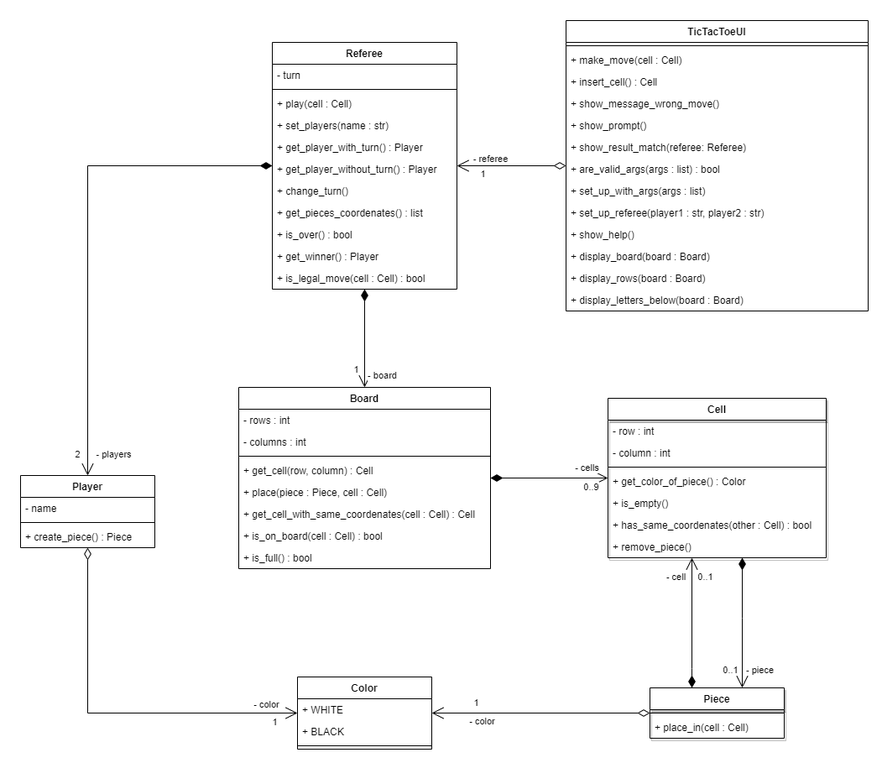
apulps/TicTacToe keeps this draw.io diagram as uml/tictactoe.png. Above is the earlier version. Source tidied: cells renumbered, new cells last; positions are measured from the earlier drawing's top-left corner, leaving out a move shared by most shapes.
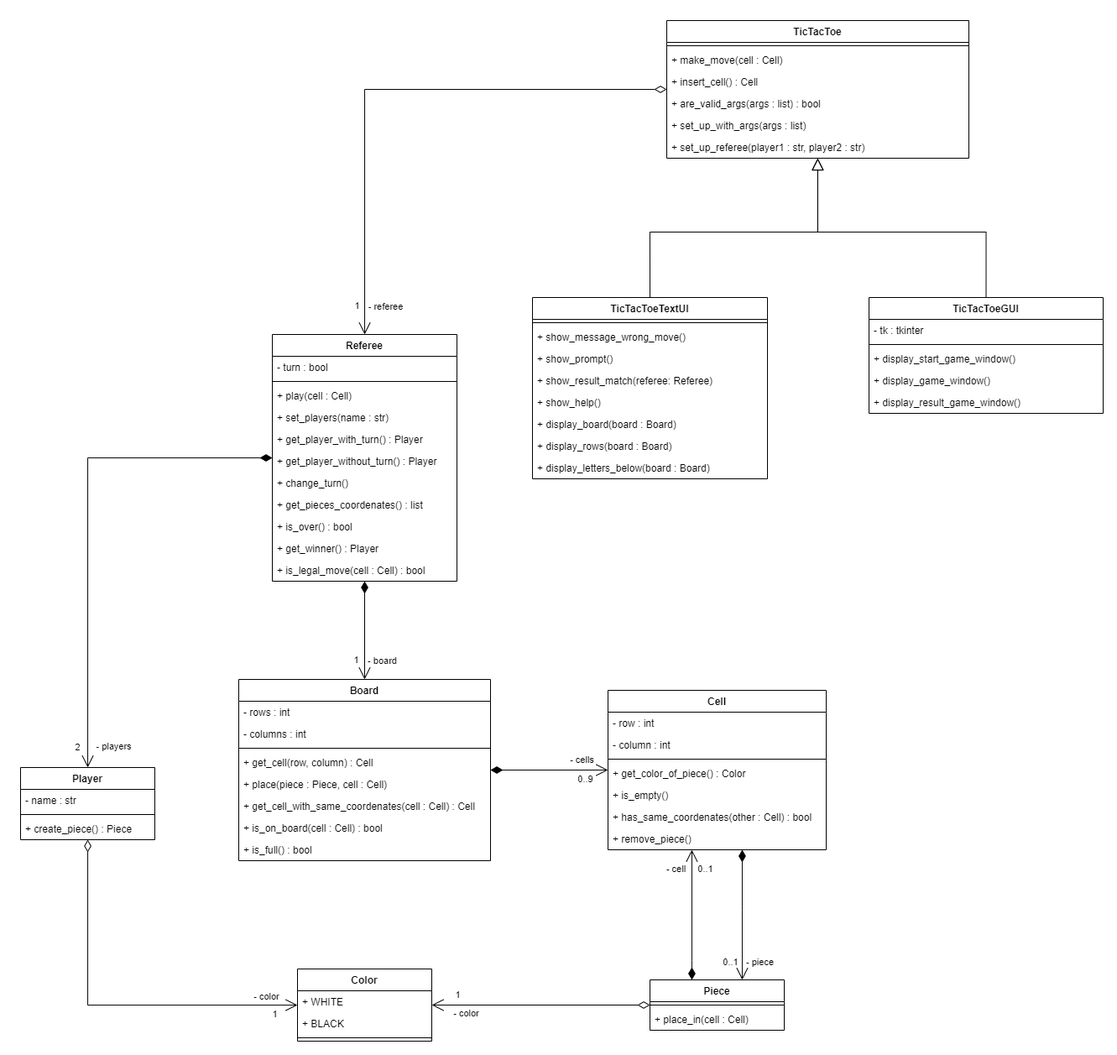
After the change.

Commit message:
Add new design with GUI

What changed in the source:
```diff
@@ -7,12 +7,12 @@
     </mxCell>
     <mxCell id="3" value="1" style="edgeLabel;html=1;align=center;verticalAlign=middle;" parent="2" vertex="1">
       <mxGeometry x="0.68" y="1" relative="1" as="geometry">
-        <mxPoint x="-12" y="-3" as="offset" />
+        <mxPoint x="-12" y="-5" as="offset" />
       </mxGeometry>
     </mxCell>
     <mxCell id="4" value="- board" style="edgeLabel;html=1;align=center;verticalAlign=middle;" parent="2" vertex="1">
       <mxGeometry x="0.31" relative="1" as="geometry">
-        <mxPoint x="20" y="26" as="offset" />
+        <mxPoint x="20" y="17.5" as="offset" />
       </mxGeometry>
     </mxCell>
     <mxCell id="5" style="edgeStyle=orthogonalEdgeStyle;rounded=0;jettySize=auto;html=1;startArrow=diamondThin;startFill=1;startSize=12;endArrow=open;endFill=0;endSize=12;" parent="1" edge="1" source="54" target="27">
@@ -33,12 +33,12 @@
     </mxCell>
     <mxCell id="9" value="0..9" style="edgeLabel;html=1;align=center;verticalAlign=middle;" parent="8" vertex="1">
       <mxGeometry x="0.76" y="-1" relative="1" as="geometry">
-        <mxPoint x="-4" y="9" as="offset" />
+        <mxPoint x="-11" y="9" as="offset" />
       </mxGeometry>
     </mxCell>
     <mxCell id="10" value="- cells" style="edgeLabel;html=1;align=center;verticalAlign=middle;" parent="8" vertex="1">
       <mxGeometry x="0.27" y="-1" relative="1" as="geometry">
-        <mxPoint x="25" y="-14" as="offset" />
+        <mxPoint x="18.6" y="-14" as="offset" />
       </mxGeometry>
     </mxCell>
     <mxCell id="11" style="edgeStyle=orthogonalEdgeStyle;rounded=0;jettySize=auto;html=1;startArrow=open;startFill=0;startSize=12;endArrow=diamondThin;endFill=1;endSize=12;" parent="1" edge="1" source="31" target="39">
@@ -82,12 +82,12 @@
     </mxCell>
     <mxCell id="18" value="- color" style="edgeLabel;html=1;align=center;verticalAlign=middle;" parent="17" vertex="1">
       <mxGeometry x="0.38" y="2" relative="1" as="geometry">
-        <mxPoint x="-22" y="7" as="offset" />
+        <mxPoint x="-41.2" y="7" as="offset" />
       </mxGeometry>
     </mxCell>
     <mxCell id="19" value="1" style="edgeLabel;html=1;align=center;verticalAlign=middle;" parent="17" vertex="1">
       <mxGeometry x="0.25" y="1" relative="1" as="geometry">
-        <mxPoint x="-45" y="-14" as="offset" />
+        <mxPoint x="-67.7" y="-14" as="offset" />
       </mxGeometry>
     </mxCell>
     <mxCell id="20" style="edgeStyle=orthogonalEdgeStyle;rounded=0;jettySize=auto;html=1;startArrow=diamondThin;startFill=0;startSize=12;endArrow=open;endFill=0;endSize=12;" parent="1" edge="1" source="27" target="23">
@@ -122,7 +122,7 @@
     <mxCell id="27" value="Player" style="swimlane;fontStyle=1;align=center;verticalAlign=top;horizontal=1;startSize=26;" parent="1" vertex="1">
       <mxGeometry y="542" width="160" height="86" as="geometry" />
     </mxCell>
-    <mxCell id="28" value="- name" style="text;strokeColor=none;fillColor=none;align=left;verticalAlign=top;spacingLeft=4;spacingRight=4;overflow=hidden;" parent="27" vertex="1">
+    <mxCell id="28" value="- name : str" style="text;strokeColor=none;fillColor=none;align=left;verticalAlign=top;spacingLeft=4;spacingRight=4;overflow=hidden;" parent="27" vertex="1">
       <mxGeometry y="26" width="160" height="26" as="geometry" />
     </mxCell>
     <mxCell id="29" style="line;strokeWidth=1;fillColor=none;align=left;verticalAlign=middle;spacingTop=-1;spacingLeft=3;spacingRight=3;labelPosition=right;" parent="27" vertex="1">
@@ -131,7 +131,7 @@
     <mxCell id="30" value="+ create_piece() : Piece" style="text;strokeColor=none;fillColor=none;align=left;verticalAlign=top;spacingLeft=4;spacingRight=4;overflow=hidden;" parent="27" vertex="1">
       <mxGeometry y="60" width="160" height="26" as="geometry" />
     </mxCell>
-    <mxCell id="31" value="Cell" style="swimlane;fontStyle=1;align=center;verticalAlign=top;horizontal=1;startSize=26;shadow=1;" parent="1" vertex="1">
+    <mxCell id="31" value="Cell" style="swimlane;fontStyle=1;align=center;verticalAlign=top;horizontal=1;startSize=26;shadow=0;swimlaneLine=1;" parent="1" vertex="1">
       <mxGeometry x="700" y="450" width="260" height="190" as="geometry" />
     </mxCell>
     <mxCell id="32" value="- row : int" style="text;strokeColor=none;fillColor=none;align=left;verticalAlign=top;spacingLeft=4;spacingRight=4;overflow=hidden;" parent="31" vertex="1">
@@ -155,7 +155,7 @@
     <mxCell id="38" value="+ remove_piece()" style="text;strokeColor=none;fillColor=none;align=left;verticalAlign=top;spacingLeft=4;spacingRight=4;overflow=hidden;" parent="31" vertex="1">
       <mxGeometry y="164" width="260" height="26" as="geometry" />
     </mxCell>
-    <mxCell id="39" value="Piece" style="swimlane;fontStyle=1;align=center;verticalAlign=top;horizontal=1;startSize=26;shadow=1;" parent="1" vertex="1">
+    <mxCell id="39" value="Piece" style="swimlane;fontStyle=1;align=center;verticalAlign=top;horizontal=1;startSize=26;shadow=0;" parent="1" vertex="1">
       <mxGeometry x="750" y="795" width="160" height="60" as="geometry" />
     </mxCell>
     <mxCell id="40" style="line;strokeWidth=1;fillColor=none;align=left;verticalAlign=middle;spacingTop=-1;spacingLeft=3;spacingRight=3;labelPosition=right;" parent="39" vertex="1">
@@ -169,12 +169,12 @@
     </mxCell>
     <mxCell id="43" value="- referee" style="edgeLabel;html=1;align=center;verticalAlign=middle;" parent="42" vertex="1">
       <mxGeometry x="0.27" relative="1" as="geometry">
-        <mxPoint x="-8" y="-9" as="offset" />
+        <mxPoint x="24" y="205" as="offset" />
       </mxGeometry>
     </mxCell>
     <mxCell id="44" value="1" style="edgeLabel;html=1;align=center;verticalAlign=middle;" parent="42" vertex="1">
       <mxGeometry x="0.22" y="3" relative="1" as="geometry">
-        <mxPoint x="-21" y="6" as="offset" />
+        <mxPoint x="-13" y="220" as="offset" />
       </mxGeometry>
     </mxCell>
     <mxCell id="45" value="Board" style="swimlane;fontStyle=1;align=center;verticalAlign=top;horizontal=1;startSize=26;" parent="1" vertex="1">
@@ -207,7 +207,7 @@
     <mxCell id="54" value="Referee" style="swimlane;fontStyle=1;align=center;verticalAlign=top;horizontal=1;startSize=26;" parent="1" vertex="1">
       <mxGeometry x="300" y="26" width="220" height="294" as="geometry" />
     </mxCell>
-    <mxCell id="55" value="- turn" style="text;strokeColor=none;fillColor=none;align=left;verticalAlign=top;spacingLeft=4;spacingRight=4;overflow=hidden;" parent="54" vertex="1">
+    <mxCell id="55" value="- turn : bool" style="text;strokeColor=none;fillColor=none;align=left;verticalAlign=top;spacingLeft=4;spacingRight=4;overflow=hidden;" parent="54" vertex="1">
       <mxGeometry y="26" width="220" height="26" as="geometry" />
     </mxCell>
     <mxCell id="56" style="line;strokeWidth=1;fillColor=none;align=left;verticalAlign=middle;spacingTop=-1;spacingLeft=3;spacingRight=3;labelPosition=right;" parent="54" vertex="1">
@@ -240,8 +240,38 @@
     <mxCell id="65" value="+ is_legal_move(cell : Cell) : bool" style="text;strokeColor=none;fillColor=none;align=left;verticalAlign=top;spacingLeft=4;spacingRight=4;overflow=hidden;" parent="54" vertex="1">
       <mxGeometry y="268" width="220" height="26" as="geometry" />
     </mxCell>
+    <mxCell id="80" style="edgeStyle=orthogonalEdgeStyle;rounded=0;jettySize=auto;html=1;exitX=0.5;exitY=0;exitDx=0;exitDy=0;endArrow=block;endFill=0;endSize=12;startSize=12;" parent="1" edge="1" source="81" target="66">
+      <mxGeometry relative="1" as="geometry" />
+    </mxCell>
+    <mxCell id="81" value="TicTacToeTextUI" style="swimlane;fontStyle=1;align=center;verticalAlign=top;horizontal=1;startSize=26;shadow=0;" parent="1" vertex="1">
+      <mxGeometry x="610" y="-18" width="280" height="216" as="geometry" />
+    </mxCell>
+    <mxCell id="82" style="line;strokeWidth=1;fillColor=none;align=left;verticalAlign=middle;spacingTop=-1;spacingLeft=3;spacingRight=3;labelPosition=right;" parent="81" vertex="1">
+      <mxGeometry y="26" width="280" height="8" as="geometry" />
+    </mxCell>
+    <mxCell id="70" value="+ show_message_wrong_move()" style="text;strokeColor=none;fillColor=none;align=left;verticalAlign=top;spacingLeft=4;spacingRight=4;overflow=hidden;" parent="81" vertex="1">
+      <mxGeometry y="34" width="280" height="26" as="geometry" />
+    </mxCell>
+    <mxCell id="71" value="+ show_prompt()" style="text;strokeColor=none;fillColor=none;align=left;verticalAlign=top;spacingLeft=4;spacingRight=4;overflow=hidden;" parent="81" vertex="1">
+      <mxGeometry y="60" width="280" height="26" as="geometry" />
+    </mxCell>
+    <mxCell id="72" value="+ show_result_match(referee: Referee)" style="text;strokeColor=none;fillColor=none;align=left;verticalAlign=top;spacingLeft=4;spacingRight=4;overflow=hidden;" parent="81" vertex="1">
+      <mxGeometry y="86" width="280" height="26" as="geometry" />
+    </mxCell>
+    <mxCell id="76" value="+ show_help()" style="text;strokeColor=none;fillColor=none;align=left;verticalAlign=top;spacingLeft=4;spacingRight=4;overflow=hidden;" parent="81" vertex="1">
+      <mxGeometry y="112" width="280" height="26" as="geometry" />
+    </mxCell>
+    <mxCell id="77" value="+ display_board(board : Board)" style="text;strokeColor=none;fillColor=none;align=left;verticalAlign=top;spacingLeft=4;spacingRight=4;overflow=hidden;" parent="81" vertex="1">
+      <mxGeometry y="138" width="280" height="26" as="geometry" />
+    </mxCell>
+    <mxCell id="78" value="+ display_rows(board : Board)" style="text;strokeColor=none;fillColor=none;align=left;verticalAlign=top;spacingLeft=4;spacingRight=4;overflow=hidden;" parent="81" vertex="1">
+      <mxGeometry y="164" width="280" height="26" as="geometry" />
+    </mxCell>
+    <mxCell id="79" value="+ display_letters_below(board : Board)" style="text;strokeColor=none;fillColor=none;align=left;verticalAlign=top;spacingLeft=4;spacingRight=4;overflow=hidden;" parent="81" vertex="1">
+      <mxGeometry y="190" width="280" height="26" as="geometry" />
+    </mxCell>
-    <mxCell id="66" value="TicTacToeUI" style="swimlane;fontStyle=1;align=center;verticalAlign=top;horizontal=1;startSize=26;" parent="1" vertex="1">
-      <mxGeometry x="650" width="360" height="346" as="geometry" />
+    <mxCell id="66" value="TicTacToe" style="swimlane;fontStyle=1;align=center;verticalAlign=top;horizontal=1;startSize=26;" parent="1" vertex="1">
+      <mxGeometry x="770" y="-348" width="360" height="164" as="geometry" />
     </mxCell>
     <mxCell id="67" style="line;strokeWidth=1;fillColor=none;align=left;verticalAlign=middle;spacingTop=-1;spacingLeft=3;spacingRight=3;labelPosition=right;" parent="66" vertex="1">
       <mxGeometry y="26" width="360" height="8" as="geometry" />
@@ -252,35 +282,35 @@
     <mxCell id="69" value="+ insert_cell() : Cell" style="text;strokeColor=none;fillColor=none;align=left;verticalAlign=top;spacingLeft=4;spacingRight=4;overflow=hidden;" parent="66" vertex="1">
       <mxGeometry y="60" width="360" height="26" as="geometry" />
     </mxCell>
-    <mxCell id="70" value="+ show_message_wrong_move()" style="text;strokeColor=none;fillColor=none;align=left;verticalAlign=top;spacingLeft=4;spacingRight=4;overflow=hidden;" parent="66" vertex="1">
-      <mxGeometry y="86" width="360" height="26" as="geometry" />
-    </mxCell>
-    <mxCell id="71" value="+ show_prompt()" style="text;strokeColor=none;fillColor=none;align=left;verticalAlign=top;spacingLeft=4;spacingRight=4;overflow=hidden;" parent="66" vertex="1">
-      <mxGeometry y="112" width="360" height="26" as="geometry" />
-    </mxCell>
-    <mxCell id="72" value="+ show_result_match(referee: Referee)" style="text;strokeColor=none;fillColor=none;align=left;verticalAlign=top;spacingLeft=4;spacingRight=4;overflow=hidden;" parent="66" vertex="1">
-      <mxGeometry y="138" width="360" height="26" as="geometry" />
-    </mxCell>
     <mxCell id="73" value="+ are_valid_args(args : list) : bool" style="text;strokeColor=none;fillColor=none;align=left;verticalAlign=top;spacingLeft=4;spacingRight=4;overflow=hidden;" parent="66" vertex="1">
-      <mxGeometry y="164" width="360" height="26" as="geometry" />
+      <mxGeometry y="86" width="360" height="26" as="geometry" />
     </mxCell>
     <mxCell id="74" value="+ set_up_with_args(args : list)" style="text;strokeColor=none;fillColor=none;align=left;verticalAlign=top;spacingLeft=4;spacingRight=4;overflow=hidden;" parent="66" vertex="1">
-      <mxGeometry y="190" width="360" height="26" as="geometry" />
+      <mxGeometry y="112" width="360" height="26" as="geometry" />
     </mxCell>
     <mxCell id="75" value="+ set_up_referee(player1 : str, player2 : str)" style="text;strokeColor=none;fillColor=none;align=left;verticalAlign=top;spacingLeft=4;spacingRight=4;overflow=hidden;" parent="66" vertex="1">
-      <mxGeometry y="216" width="360" height="26" as="geometry" />
+      <mxGeometry y="138" width="360" height="26" as="geometry" />
     </mxCell>
-    <mxCell id="76" value="+ show_help()" style="text;strokeColor=none;fillColor=none;align=left;verticalAlign=top;spacingLeft=4;spacingRight=4;overflow=hidden;" parent="66" vertex="1">
-      <mxGeometry y="242" width="360" height="26" as="geometry" />
-    </mxCell>
-    <mxCell id="77" value="+ display_board(board : Board)" style="text;strokeColor=none;fillColor=none;align=left;verticalAlign=top;spacingLeft=4;spacingRight=4;overflow=hidden;" parent="66" vertex="1">
-      <mxGeometry y="268" width="360" height="26" as="geometry" />
-    </mxCell>
-    <mxCell id="78" value="+ display_rows(board : Board)" style="text;strokeColor=none;fillColor=none;align=left;verticalAlign=top;spacingLeft=4;spacingRight=4;overflow=hidden;" parent="66" vertex="1">
-      <mxGeometry y="294" width="360" height="26" as="geometry" />
-    </mxCell>
-    <mxCell id="79" value="+ display_letters_below(board : Board)" style="text;strokeColor=none;fillColor=none;align=left;verticalAlign=top;spacingLeft=4;spacingRight=4;overflow=hidden;" parent="66" vertex="1">
-      <mxGeometry y="320" width="360" height="26" as="geometry" />
-    </mxCell>
+    <mxCell id="83" style="edgeStyle=orthogonalEdgeStyle;rounded=0;jettySize=auto;html=1;exitX=0.5;exitY=0;exitDx=0;exitDy=0;startSize=12;endArrow=block;endFill=0;endSize=12;" parent="1" edge="1" source="84" target="66">
+      <mxGeometry relative="1" as="geometry" />
+    </mxCell>
+    <mxCell id="84" value="TicTacToeGUI" style="swimlane;fontStyle=1;align=center;verticalAlign=top;horizontal=1;startSize=26;shadow=0;" parent="1" vertex="1">
+      <mxGeometry x="1011" y="-18" width="279" height="138" as="geometry" />
+    </mxCell>
+    <mxCell id="85" value="- tk : tkinter" style="text;strokeColor=none;fillColor=none;align=left;verticalAlign=top;spacingLeft=4;spacingRight=4;overflow=hidden;" parent="84" vertex="1">
+      <mxGeometry y="26" width="279" height="26" as="geometry" />
+    </mxCell>
+    <mxCell id="86" style="line;strokeWidth=1;fillColor=none;align=left;verticalAlign=middle;spacingTop=-1;spacingLeft=3;spacingRight=3;labelPosition=right;" parent="84" vertex="1">
+      <mxGeometry y="52" width="279" height="8" as="geometry" />
+    </mxCell>
+    <mxCell id="87" value="+ display_start_game_window()" style="text;strokeColor=none;fillColor=none;align=left;verticalAlign=top;spacingLeft=4;spacingRight=4;overflow=hidden;" parent="84" vertex="1">
+      <mxGeometry y="60" width="279" height="26" as="geometry" />
+    </mxCell>
+    <mxCell id="88" value="+ display_game_window()" style="text;strokeColor=none;fillColor=none;align=left;verticalAlign=top;spacingLeft=4;spacingRight=4;overflow=hidden;" parent="84" vertex="1">
+      <mxGeometry y="86" width="279" height="26" as="geometry" />
+    </mxCell>
+    <mxCell id="89" value="+ display_result_game_window()" style="text;strokeColor=none;fillColor=none;align=left;verticalAlign=top;spacingLeft=4;spacingRight=4;overflow=hidden;" parent="84" vertex="1">
+      <mxGeometry y="112" width="279" height="26" as="geometry" />
+    </mxCell>
   </root>
 </mxGraphModel>
```
